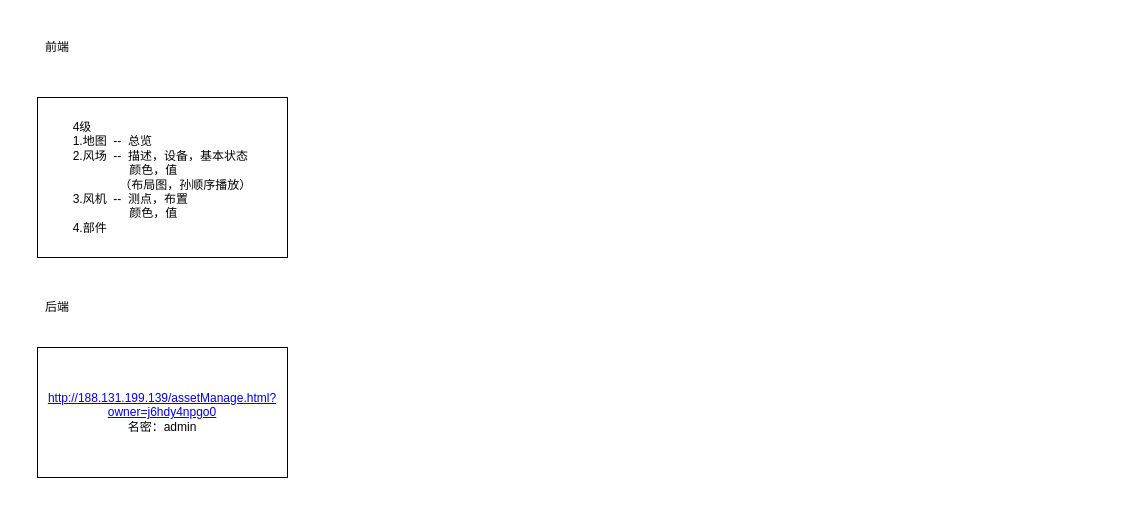
15140252710/OneGithubProject keeps this draw.io diagram as 风电传感器.drawio. Above is the earlier version. Source tidied: cells renumbered, new cells numbered last; positions are measured from the earlier drawing's top-left corner, leaving out a move shared by most shapes. Both pictures are drawn from the tidied source at 100%, with x=0, y=0 at pixel (37, 37).
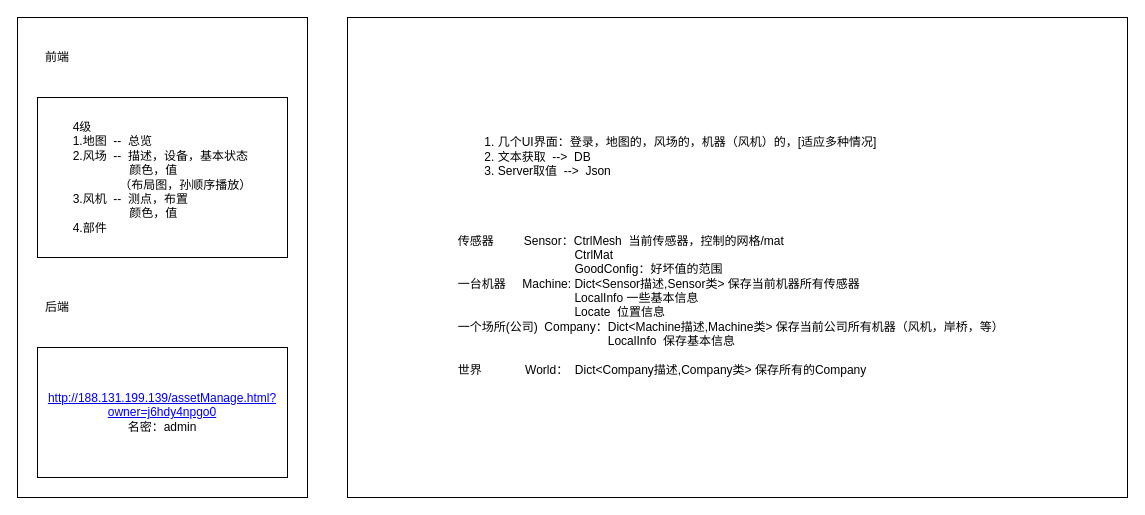
After the change.

Commit message:
更新风电传感器.drawio

Diff of the diagram source:
```diff
@@
 <mxGraphModel background="#ffffff">
   <root>
     <mxCell id="0" />
     <mxCell id="1" parent="0" />
+    <mxCell id="6" style="rounded=0;whiteSpace=wrap;html=1;" parent="1" vertex="1">
+      <mxGeometry x="-20" y="-20" width="290" height="480" as="geometry" />
+    </mxCell>
     <mxCell id="2" value="前端" style="text;html=1;strokeColor=none;fillColor=none;align=center;verticalAlign=middle;whiteSpace=wrap;rounded=0;" parent="1" vertex="1">
-      <mxGeometry width="40" height="20" as="geometry" />
+      <mxGeometry y="10" width="40" height="20" as="geometry" />
     </mxCell>
     <mxCell id="3" value="&lt;div style=&quot;text-align: left&quot;&gt;&lt;span&gt;4级&lt;/span&gt;&lt;/div&gt;&lt;div style=&quot;text-align: left&quot;&gt;&lt;span&gt;1.地图&amp;nbsp; --&amp;nbsp; 总览&lt;/span&gt;&lt;/div&gt;&lt;div style=&quot;text-align: left&quot;&gt;&lt;span&gt;2.风场&amp;nbsp; --&amp;nbsp; 描述，设备，基本状态&lt;/span&gt;&lt;/div&gt;&lt;div style=&quot;text-align: left&quot;&gt;&lt;span&gt;&amp;nbsp; &amp;nbsp; &amp;nbsp; &amp;nbsp; &amp;nbsp; &amp;nbsp; &amp;nbsp; &amp;nbsp; &amp;nbsp;颜色，值&lt;/span&gt;&lt;/div&gt;&lt;div style=&quot;text-align: left&quot;&gt;&lt;span&gt;&amp;nbsp; &amp;nbsp; &amp;nbsp; &amp;nbsp; &amp;nbsp; &amp;nbsp; &amp;nbsp; （布局图，孙顺序播放）&lt;/span&gt;&lt;/div&gt;&lt;div style=&quot;text-align: left&quot;&gt;&lt;span&gt;3.风机&amp;nbsp; --&amp;nbsp; 测点，布置&lt;/span&gt;&lt;/div&gt;&lt;div style=&quot;text-align: left&quot;&gt;&lt;span&gt;&amp;nbsp; &amp;nbsp; &amp;nbsp; &amp;nbsp; &amp;nbsp; &amp;nbsp; &amp;nbsp; &amp;nbsp; &amp;nbsp;颜色，值&lt;/span&gt;&lt;/div&gt;&lt;div style=&quot;text-align: left&quot;&gt;&lt;span&gt;4.部件&lt;/span&gt;&lt;/div&gt;" style="rounded=0;whiteSpace=wrap;html=1;" parent="1" vertex="1">
       <mxGeometry y="60" width="250" height="160" as="geometry" />
     </mxCell>
     <mxCell id="4" value="后端" style="text;html=1;strokeColor=none;fillColor=none;align=center;verticalAlign=middle;whiteSpace=wrap;rounded=0;" parent="1" vertex="1">
       <mxGeometry y="260" width="40" height="20" as="geometry" />
     </mxCell>
     <mxCell id="5" value="&lt;a href=&quot;http://188.131.199.139/assetManage.html?owner=j6hdy4npgo0&quot;&gt;http://188.131.199.139/assetManage.html?owner=j6hdy4npgo0&lt;/a&gt;&lt;br&gt;名密：admin&lt;br&gt;" style="rounded=0;whiteSpace=wrap;html=1;" parent="1" vertex="1">
       <mxGeometry y="310" width="250" height="130" as="geometry" />
     </mxCell>
+    <mxCell id="7" value="&lt;div style=&quot;text-align: left&quot;&gt;&lt;ol&gt;&lt;li&gt;&lt;span&gt;几个UI界面：登录，地图的，风场的，机器（风机）的，[适应多种情况]&lt;/span&gt;&lt;/li&gt;&lt;li&gt;&lt;span&gt;文本获取&amp;nbsp; --&amp;gt;&amp;nbsp; DB&lt;/span&gt;&lt;/li&gt;&lt;li&gt;&lt;span&gt;Server取值&amp;nbsp; --&amp;gt;&amp;nbsp; Json&lt;/span&gt;&lt;/li&gt;&lt;/ol&gt;&lt;div&gt;&lt;br&gt;&lt;/div&gt;&lt;div&gt;&lt;br&gt;&lt;/div&gt;&lt;div&gt;&lt;br&gt;&lt;/div&gt;&lt;div&gt;传感器&amp;nbsp; &amp;nbsp; &amp;nbsp; &amp;nbsp; &amp;nbsp;Sensor：CtrlMesh&amp;nbsp; 当前传感器，控制的网格/mat&lt;/div&gt;&lt;div&gt;&amp;nbsp; &amp;nbsp; &amp;nbsp; &amp;nbsp; &amp;nbsp; &amp;nbsp; &amp;nbsp; &amp;nbsp; &amp;nbsp; &amp;nbsp; &amp;nbsp; &amp;nbsp; &amp;nbsp; &amp;nbsp; &amp;nbsp; &amp;nbsp; &amp;nbsp; &amp;nbsp;CtrlMat&lt;/div&gt;&lt;div&gt;&amp;nbsp; &amp;nbsp; &amp;nbsp; &amp;nbsp; &amp;nbsp; &amp;nbsp; &amp;nbsp; &amp;nbsp; &amp;nbsp; &amp;nbsp; &amp;nbsp; &amp;nbsp; &amp;nbsp; &amp;nbsp; &amp;nbsp; &amp;nbsp; &amp;nbsp; &amp;nbsp;GoodConfig：好坏值的范围&lt;/div&gt;&lt;div&gt;一台机器&amp;nbsp; &amp;nbsp; &amp;nbsp;Machine: Dict&amp;lt;Sensor描述,Sensor类&amp;gt; 保存当前机器所有传感器&lt;/div&gt;&lt;div&gt;&amp;nbsp; &amp;nbsp; &amp;nbsp; &amp;nbsp; &amp;nbsp; &amp;nbsp; &amp;nbsp; &amp;nbsp; &amp;nbsp; &amp;nbsp; &amp;nbsp; &amp;nbsp; &amp;nbsp; &amp;nbsp; &amp;nbsp; &amp;nbsp; &amp;nbsp; &amp;nbsp;LocalInfo 一些基本信息&lt;/div&gt;&lt;div&gt;&amp;nbsp; &amp;nbsp; &amp;nbsp; &amp;nbsp; &amp;nbsp; &amp;nbsp; &amp;nbsp; &amp;nbsp; &amp;nbsp; &amp;nbsp; &amp;nbsp; &amp;nbsp; &amp;nbsp; &amp;nbsp; &amp;nbsp; &amp;nbsp; &amp;nbsp; &amp;nbsp;Locate&amp;nbsp; 位置信息&lt;/div&gt;&lt;div&gt;一个场所(公司)&amp;nbsp; Company：Dict&amp;lt;Machine描述,Machine类&amp;gt; 保存当前公司所有机器（风机，岸桥，等）&lt;/div&gt;&lt;div&gt;&amp;nbsp; &amp;nbsp; &amp;nbsp; &amp;nbsp; &amp;nbsp; &amp;nbsp; &amp;nbsp; &amp;nbsp; &amp;nbsp; &amp;nbsp; &amp;nbsp; &amp;nbsp; &amp;nbsp; &amp;nbsp; &amp;nbsp; &amp;nbsp; &amp;nbsp; &amp;nbsp; &amp;nbsp; &amp;nbsp; &amp;nbsp; &amp;nbsp; &amp;nbsp;LocalInfo&amp;nbsp; 保存基本信息&lt;/div&gt;&lt;div&gt;&lt;span&gt;&lt;br&gt;&lt;/span&gt;&lt;/div&gt;&lt;div&gt;&lt;span&gt;世界&amp;nbsp; &amp;nbsp; &amp;nbsp; &amp;nbsp; &amp;nbsp; &amp;nbsp; &amp;nbsp;World：&amp;nbsp; Dict&amp;lt;Company描述,Company类&amp;gt; 保存所有的Company&amp;nbsp; &amp;nbsp; &amp;nbsp; &amp;nbsp; &amp;nbsp; &amp;nbsp; &amp;nbsp; &amp;nbsp; &amp;nbsp; &amp;nbsp; &amp;nbsp; &amp;nbsp; &amp;nbsp; &amp;nbsp; &amp;nbsp; &amp;nbsp; &amp;nbsp; &amp;nbsp; &amp;nbsp; &amp;nbsp; &amp;nbsp; &amp;nbsp; &amp;nbsp;&lt;/span&gt;&lt;/div&gt;&lt;/div&gt;&lt;div style=&quot;text-align: left&quot;&gt;&lt;br&gt;&lt;/div&gt;&lt;div style=&quot;text-align: left&quot;&gt;&lt;/div&gt;" style="rounded=0;whiteSpace=wrap;html=1;" parent="1" vertex="1">
+      <mxGeometry x="310" y="-20" width="780" height="480" as="geometry" />
+    </mxCell>
   </root>
 </mxGraphModel>
```
